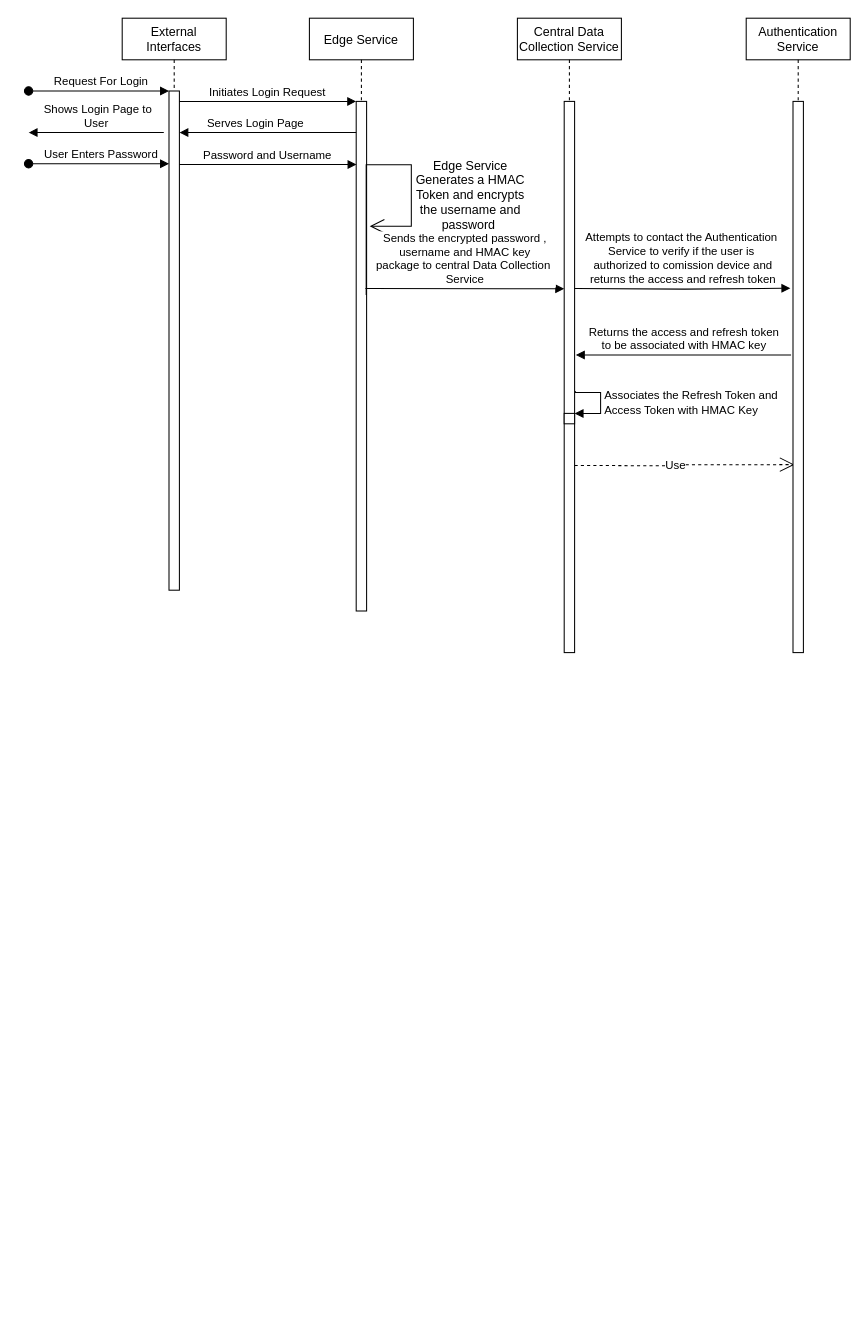
Earlier version of the draw.io diagram Untitled Diagram.drawio (rahulkaplesh/edgeService). Source tidied: cells renumbered, new cells numbered last; positions are measured from the earlier drawing's top-left corner, leaving out a move shared by most shapes. Both pictures are drawn from the tidied source at 104%, with x=0, y=0 at pixel (28, 18).
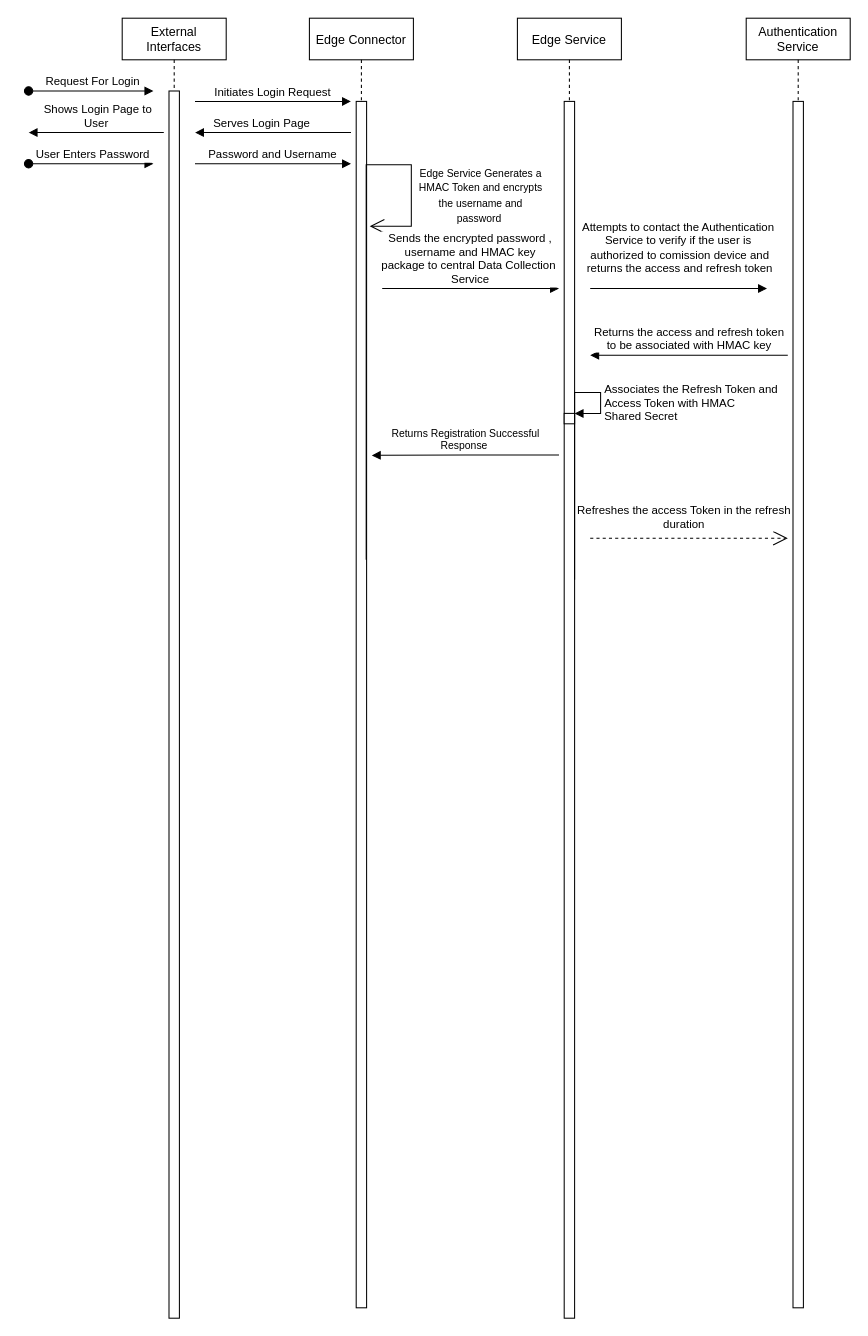
The same diagram, later.

Unchanged cells that the change refers to:
```xml
<mxCell id="13" style="html=1;points=[];perimeter=orthogonalPerimeter;" parent="10" vertex="1">
  <mxGeometry x="45" y="380" width="10" height="10" as="geometry" />
</mxCell>
```

What changed in the source:
```diff
@@
     <mxCell id="2" value="External &#10;Interfaces" style="shape=umlLifeline;perimeter=lifelinePerimeter;rounded=0;shadow=0;strokeWidth=1;" parent="1" vertex="1">
-      <mxGeometry x="90" width="100" height="550" as="geometry" />
+      <mxGeometry x="90" width="100" height="1250" as="geometry" />
     </mxCell>
     <mxCell id="3" style="points=[];perimeter=orthogonalPerimeter;rounded=0;shadow=0;strokeWidth=1;" parent="2" vertex="1">
-      <mxGeometry x="45" y="70" width="10" height="480" as="geometry" />
+      <mxGeometry x="45" y="70" width="10" height="1180" as="geometry" />
     </mxCell>
-    <mxCell id="4" value="Request For Login" style="verticalAlign=bottom;startArrow=oval;endArrow=block;startSize=8;shadow=0;strokeWidth=1;" parent="2" edge="1" target="3">
+    <mxCell id="4" value="Request For Login" style="verticalAlign=bottom;startArrow=oval;endArrow=block;startSize=8;shadow=0;strokeWidth=1;" parent="2" edge="1">
       <mxGeometry x="0.04" relative="1" as="geometry">
         <mxPoint x="-90" y="70" as="sourcePoint" />
+        <mxPoint x="30" y="70" as="targetPoint" />
       </mxGeometry>
     </mxCell>
-    <mxCell id="5" value="Edge Service" style="shape=umlLifeline;perimeter=lifelinePerimeter;rounded=0;shadow=0;strokeWidth=1;" parent="1" vertex="1">
-      <mxGeometry x="270" width="100" height="570" as="geometry" />
+    <mxCell id="5" value="Edge Connector" style="shape=umlLifeline;perimeter=lifelinePerimeter;rounded=0;shadow=0;strokeWidth=1;" parent="1" vertex="1">
+      <mxGeometry x="270" width="100" height="1240" as="geometry" />
     </mxCell>
     <mxCell id="6" style="points=[];perimeter=orthogonalPerimeter;rounded=0;shadow=0;strokeWidth=1;" parent="5" vertex="1">
-      <mxGeometry x="45" y="80" width="10" height="490" as="geometry" />
+      <mxGeometry x="45" y="80" width="10" height="1160" as="geometry" />
     </mxCell>
@@
-    <mxCell id="8" value="Initiates Login Request" style="verticalAlign=bottom;endArrow=block;entryX=0;entryY=0;shadow=0;strokeWidth=1;" parent="1" edge="1" source="3" target="6">
-      <mxGeometry relative="1" as="geometry" />
+    <mxCell id="8" value="Initiates Login Request" style="verticalAlign=bottom;endArrow=block;shadow=0;strokeWidth=1;" parent="1" edge="1">
+      <mxGeometry relative="1" as="geometry">
+        <mxPoint x="160" y="80" as="sourcePoint" />
+        <mxPoint x="310" y="80" as="targetPoint" />
+      </mxGeometry>
     </mxCell>
-    <mxCell id="9" value="Serves Login Page " style="verticalAlign=bottom;endArrow=block;shadow=0;strokeWidth=1;" parent="1" edge="1" source="6" target="3">
+    <mxCell id="9" value="Serves Login Page " style="verticalAlign=bottom;endArrow=block;shadow=0;strokeWidth=1;" parent="1" edge="1">
       <mxGeometry x="0.12" relative="1" as="geometry">
+        <mxPoint x="310" y="110" as="sourcePoint" />
+        <mxPoint x="160" y="110" as="targetPoint" />
         <Array as="points">
           <mxPoint x="220" y="110" />
         </Array>
       </mxGeometry>
     </mxCell>
-    <mxCell id="10" value="Central Data &#10;Collection Service" style="shape=umlLifeline;perimeter=lifelinePerimeter;rounded=0;shadow=0;strokeWidth=1;" parent="1" vertex="1">
-      <mxGeometry x="470" width="100" height="610" as="geometry" />
+    <mxCell id="10" value="Edge Service" style="shape=umlLifeline;perimeter=lifelinePerimeter;rounded=0;shadow=0;strokeWidth=1;" parent="1" vertex="1">
+      <mxGeometry x="470" width="100" height="1250" as="geometry" />
     </mxCell>
     <mxCell id="11" style="points=[];perimeter=orthogonalPerimeter;rounded=0;shadow=0;strokeWidth=1;" parent="10" vertex="1">
-      <mxGeometry x="45" y="80" width="10" height="530" as="geometry" />
+      <mxGeometry x="45" y="80" width="10" height="1170" as="geometry" />
     </mxCell>
-    <mxCell id="12" value="Attempts to contact the Authentication&amp;nbsp;&lt;br&gt;Service to verify if the user is&amp;nbsp;&lt;br&gt;authorized to comission device and &lt;br&gt;returns the access and refresh token" style="html=1;verticalAlign=bottom;endArrow=block;rounded=0;edgeStyle=orthogonalEdgeStyle;entryX=-0.255;entryY=0.339;entryDx=0;entryDy=0;entryPerimeter=0;" parent="10" edge="1" target="22">
-      <mxGeometry relative="1" as="geometry">
-        <mxPoint x="55" y="260" as="sourcePoint" />
+    <mxCell id="12" value="Attempts to contact the Authentication&amp;nbsp;&lt;br&gt;Service to verify if the user is&amp;nbsp;&lt;br&gt;authorized to comission device and &lt;br&gt;returns the access and refresh token" style="html=1;verticalAlign=bottom;endArrow=block;rounded=0;edgeStyle=orthogonalEdgeStyle;" parent="10" edge="1">
+      <mxGeometry x="0.01" y="10" relative="1" as="geometry">
+        <mxPoint x="70" y="260" as="sourcePoint" />
+        <mxPoint x="240" y="260" as="targetPoint" />
       </mxGeometry>
     </mxCell>
@@
-    <mxCell id="14" value="Associates the Refresh Token and&amp;nbsp;&lt;br&gt;Access Token with HMAC Key" style="edgeStyle=orthogonalEdgeStyle;html=1;align=left;spacingLeft=2;endArrow=block;rounded=0;entryX=1;entryY=0;exitX=1.086;exitY=0.526;exitDx=0;exitDy=0;exitPerimeter=0;" parent="10" edge="1" source="11" target="13">
-      <mxGeometry relative="1" as="geometry">
+    <mxCell id="14" value="Associates the Refresh Token and&amp;nbsp;&lt;br&gt;Access Token with HMAC &lt;br&gt;Shared Secret" style="edgeStyle=orthogonalEdgeStyle;html=1;align=left;spacingLeft=2;endArrow=block;rounded=0;entryX=1;entryY=0;" parent="10" edge="1" target="13">
+      <mxGeometry x="0.72" relative="1" as="geometry">
+        <mxPoint x="55" y="540" as="sourcePoint" />
         <Array as="points">
-          <mxPoint x="56" y="360" />
+          <mxPoint x="55" y="360" />
           <mxPoint x="80" y="360" />
           <mxPoint x="80" y="380" />
         </Array>
       </mxGeometry>
     </mxCell>
-    <mxCell id="15" value="Use" style="endArrow=open;endSize=12;dashed=1;html=1;rounded=0;edgeStyle=orthogonalEdgeStyle;entryX=0.143;entryY=0.659;entryDx=0;entryDy=0;entryPerimeter=0;" parent="10" edge="1" target="22">
-      <mxGeometry y="9" relative="1" as="geometry">
-        <mxPoint x="55" y="430" as="sourcePoint" />
+    <mxCell id="15" value="Refreshes the access Token in the refresh &lt;br&gt;duration" style="endArrow=open;endSize=12;dashed=1;html=1;rounded=0;edgeStyle=orthogonalEdgeStyle;" parent="10" edge="1">
+      <mxGeometry x="-0.05" y="20" relative="1" as="geometry">
+        <mxPoint x="70" y="500" as="sourcePoint" />
+        <mxPoint x="260" y="500" as="targetPoint" />
+        <Array as="points">
+          <mxPoint x="70" y="500" />
+          <mxPoint x="266" y="500" />
+        </Array>
       </mxGeometry>
     </mxCell>
@@
     <mxCell id="17" value="User Enters Password" style="verticalAlign=bottom;startArrow=oval;endArrow=block;startSize=8;shadow=0;strokeWidth=1;" parent="1" edge="1">
       <mxGeometry x="0.04" relative="1" as="geometry">
         <mxPoint y="140" as="sourcePoint" />
-        <mxPoint x="135" y="140" as="targetPoint" />
+        <mxPoint x="120" y="140" as="targetPoint" />
       </mxGeometry>
     </mxCell>
-    <mxCell id="18" value="Password and Username" style="verticalAlign=bottom;endArrow=block;shadow=0;strokeWidth=1;entryX=0.029;entryY=0.124;entryDx=0;entryDy=0;entryPerimeter=0;" parent="1" edge="1" source="3" target="6">
-      <mxGeometry relative="1" as="geometry" />
+    <mxCell id="18" value="Password and Username" style="verticalAlign=bottom;endArrow=block;shadow=0;strokeWidth=1;" parent="1" edge="1">
+      <mxGeometry relative="1" as="geometry">
+        <mxPoint x="160" y="140" as="sourcePoint" />
+        <mxPoint x="310" y="140" as="targetPoint" />
+      </mxGeometry>
     </mxCell>
-    <mxCell id="19" value="Edge Service Generates a HMAC Token and encrypts the username and password&amp;nbsp;" style="text;html=1;strokeColor=none;fillColor=none;align=center;verticalAlign=middle;whiteSpace=wrap;rounded=0;" parent="1" vertex="1">
-      <mxGeometry x="370" y="130" width="110" height="80" as="geometry" />
+    <mxCell id="19" value="&lt;font style=&quot;font-size: 10px&quot;&gt;Edge Service Generates a HMAC Token and encrypts the username and password&amp;nbsp;&lt;/font&gt;" style="text;html=1;strokeColor=none;fillColor=none;align=center;verticalAlign=middle;whiteSpace=wrap;rounded=0;" parent="1" vertex="1">
+      <mxGeometry x="370" y="130" width="130" height="80" as="geometry" />
     </mxCell>
-    <mxCell id="20" value="Sends the encrypted password , &#10;username and HMAC key &#10;package to central Data Collection &#10;Service" style="verticalAlign=bottom;endArrow=block;shadow=0;strokeWidth=1;exitX=0.886;exitY=0.367;exitDx=0;exitDy=0;exitPerimeter=0;entryX=0;entryY=0.34;entryDx=0;entryDy=0;entryPerimeter=0;" parent="1" edge="1" source="6" target="11">
-      <mxGeometry relative="1" as="geometry" />
+    <mxCell id="20" value="Sends the encrypted password , &#10;username and HMAC key &#10;package to central Data Collection &#10;Service" style="verticalAlign=bottom;endArrow=block;shadow=0;strokeWidth=1;" parent="1" edge="1">
+      <mxGeometry relative="1" as="geometry">
+        <mxPoint x="340" y="260" as="sourcePoint" />
+        <mxPoint x="510" y="260" as="targetPoint" />
+      </mxGeometry>
     </mxCell>
     <mxCell id="21" value="Authentication &#10;Service" style="shape=umlLifeline;perimeter=lifelinePerimeter;rounded=0;shadow=0;strokeWidth=1;" parent="1" vertex="1">
-      <mxGeometry x="690" width="100" height="610" as="geometry" />
+      <mxGeometry x="690" width="100" height="1240" as="geometry" />
     </mxCell>
     <mxCell id="22" style="points=[];perimeter=orthogonalPerimeter;rounded=0;shadow=0;strokeWidth=1;" parent="21" vertex="1">
-      <mxGeometry x="45" y="80" width="10" height="530" as="geometry" />
+      <mxGeometry x="45" y="80" width="10" height="1160" as="geometry" />
     </mxCell>
-    <mxCell id="23" value="Returns the access and refresh token&lt;br&gt;to be associated with HMAC key" style="html=1;verticalAlign=bottom;endArrow=block;rounded=0;edgeStyle=orthogonalEdgeStyle;exitX=-0.186;exitY=0.46;exitDx=0;exitDy=0;exitPerimeter=0;entryX=1.121;entryY=0.46;entryDx=0;entryDy=0;entryPerimeter=0;" parent="1" edge="1" source="22" target="11">
-      <mxGeometry relative="1" as="geometry" />
+    <mxCell id="23" value="Returns the access and refresh token&lt;br&gt;to be associated with HMAC key" style="html=1;verticalAlign=bottom;endArrow=block;rounded=0;edgeStyle=orthogonalEdgeStyle;" parent="1" edge="1">
+      <mxGeometry relative="1" as="geometry">
+        <mxPoint x="730" y="324" as="sourcePoint" />
+        <mxPoint x="540" y="324" as="targetPoint" />
+      </mxGeometry>
     </mxCell>
+    <mxCell id="24" value="Returns Registration Successful&lt;br&gt;&amp;nbsp;Response&amp;nbsp;&amp;nbsp;" style="html=1;verticalAlign=bottom;endArrow=block;rounded=0;fontSize=10;edgeStyle=orthogonalEdgeStyle;entryX=0.6;entryY=0.339;entryDx=0;entryDy=0;entryPerimeter=0;exitX=0.4;exitY=0.336;exitDx=0;exitDy=0;exitPerimeter=0;" parent="1" edge="1" source="10" target="5">
+      <mxGeometry relative="1" as="geometry">
+        <Array as="points">
+          <mxPoint x="420" y="420" />
+        </Array>
+      </mxGeometry>
+    </mxCell>
```
